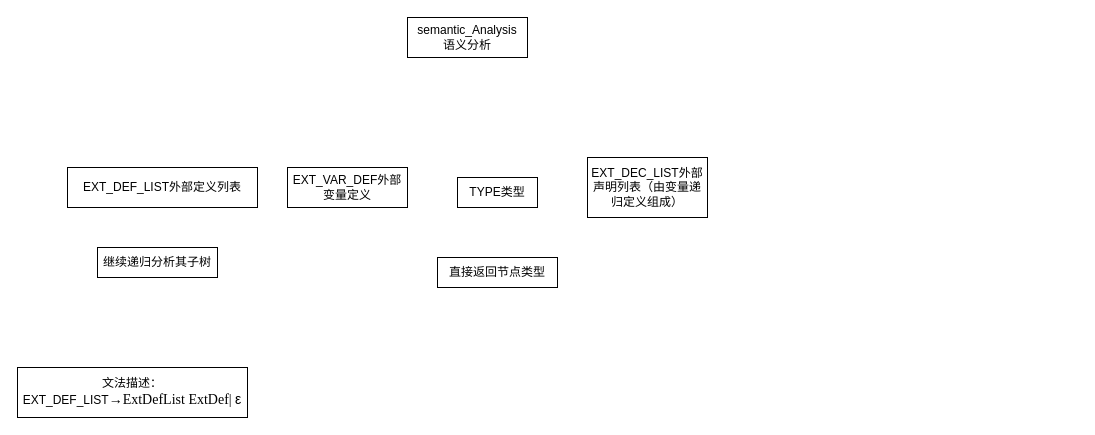
This is 编译原理/编译原理实验二 语义分析.drawio from AgentGuo/flow_chart, a draw.io file, before an edit. Source tidied: cells renumbered, new cells numbered last; positions are measured from the earlier drawing's top-left corner, leaving out a move shared by most shapes. Both pictures are drawn from the tidied source at 100%, with x=0, y=0 at pixel (17, 17).
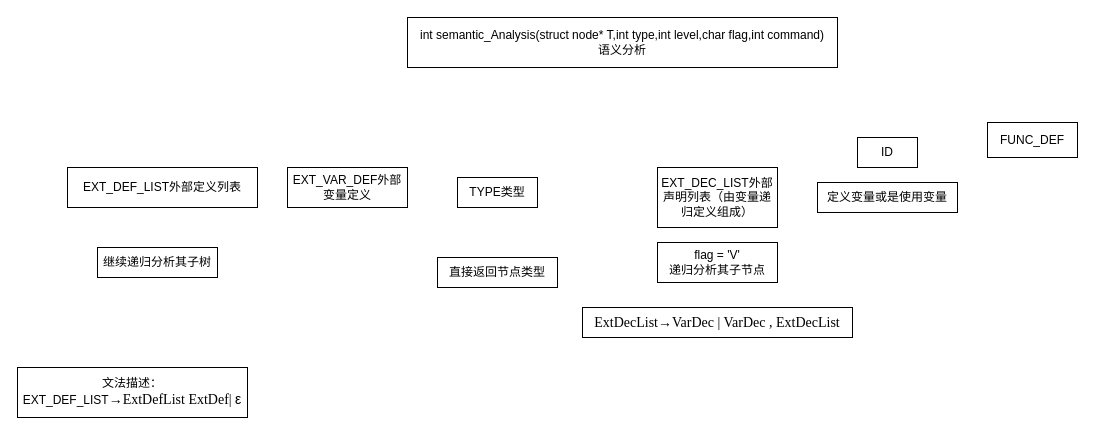
The same diagram, later.

Commit message (it also covers changes not shown here):
更新编译原理实验二 语义分析.drawio

What changed in the source:
```diff
@@
 <mxGraphModel>
   <root>
     <mxCell id="0" />
     <mxCell id="1" parent="0" />
-    <mxCell id="2" value="semantic_Analysis&lt;br&gt;语义分析" style="rounded=0;whiteSpace=wrap;html=1;" parent="1" vertex="1">
-      <mxGeometry x="390" width="120" height="40" as="geometry" />
+    <mxCell id="2" value="int semantic_Analysis(struct node* T,int type,int level,char flag,int command)&lt;br&gt;语义分析" style="rounded=0;whiteSpace=wrap;html=1;" parent="1" vertex="1">
+      <mxGeometry x="390" width="430" height="50" as="geometry" />
     </mxCell>
     <mxCell id="3" value="EXT_DEF_LIST外部定义列表" style="whiteSpace=wrap;html=1;" parent="1" vertex="1">
       <mxGeometry x="50" y="150" width="190" height="40" as="geometry" />
     </mxCell>
     <mxCell id="4" value="文法描述：&lt;br&gt;EXT_DEF_LIST&lt;span style=&quot;font-size: 10.5pt&quot;&gt;→&lt;/span&gt;&lt;span lang=&quot;EN-US&quot; style=&quot;font-size: 10.5pt ; font-family: &amp;#34;times new roman&amp;#34; , serif&quot;&gt;ExtDefList ExtDef|&amp;nbsp;&lt;/span&gt;&lt;span style=&quot;font-size: 10.5pt&quot;&gt;ε&lt;/span&gt;" style="whiteSpace=wrap;html=1;" parent="1" vertex="1">
       <mxGeometry y="350" width="230" height="50" as="geometry" />
     </mxCell>
     <mxCell id="5" value="EXT_VAR_DEF外部变量定义" style="whiteSpace=wrap;html=1;" parent="1" vertex="1">
       <mxGeometry x="270" y="150" width="120" height="40" as="geometry" />
     </mxCell>
     <mxCell id="6" value="继续递归分析其子树" style="whiteSpace=wrap;html=1;" parent="1" vertex="1">
       <mxGeometry x="80" y="230" width="120" height="30" as="geometry" />
     </mxCell>
     <mxCell id="7" value="TYPE类型" style="whiteSpace=wrap;html=1;" parent="1" vertex="1">
       <mxGeometry x="440" y="160" width="80" height="30" as="geometry" />
     </mxCell>
     <mxCell id="8" value="直接返回节点类型" style="whiteSpace=wrap;html=1;" parent="1" vertex="1">
       <mxGeometry x="420" y="240" width="120" height="30" as="geometry" />
     </mxCell>
     <mxCell id="9" value="EXT_DEC_LIST外部声明列表（由变量递归定义组成）" style="whiteSpace=wrap;html=1;" parent="1" vertex="1">
-      <mxGeometry x="570" y="140" width="120" height="60" as="geometry" />
+      <mxGeometry x="640" y="150" width="120" height="60" as="geometry" />
     </mxCell>
+    <mxCell id="10" value="&lt;span lang=&quot;EN-US&quot; style=&quot;font-size: 10.5pt ; font-family: &amp;#34;times new roman&amp;#34; , serif&quot;&gt;ExtDecList&lt;/span&gt;&lt;span style=&quot;font-size: 10.5pt&quot;&gt;→&lt;/span&gt;&lt;span lang=&quot;EN-US&quot; style=&quot;font-size: 10.5pt ; font-family: &amp;#34;times new roman&amp;#34; , serif&quot;&gt;VarDec | VarDec , ExtDecList&lt;/span&gt;" style="whiteSpace=wrap;html=1;" parent="1" vertex="1">
+      <mxGeometry x="565" y="290" width="270" height="30" as="geometry" />
+    </mxCell>
+    <mxCell id="11" value="flag = 'V'&lt;br&gt;递归分析其子节点" style="whiteSpace=wrap;html=1;" parent="1" vertex="1">
+      <mxGeometry x="640" y="225" width="120" height="40" as="geometry" />
+    </mxCell>
+    <mxCell id="12" value="ID" style="whiteSpace=wrap;html=1;" parent="1" vertex="1">
+      <mxGeometry x="840" y="120" width="60" height="30" as="geometry" />
+    </mxCell>
+    <mxCell id="13" value="定义变量或是使用变量" style="whiteSpace=wrap;html=1;" parent="1" vertex="1">
+      <mxGeometry x="800" y="165" width="140" height="30" as="geometry" />
+    </mxCell>
+    <mxCell id="14" value="FUNC_DEF" style="whiteSpace=wrap;html=1;" parent="1" vertex="1">
+      <mxGeometry x="970" y="105" width="90" height="35" as="geometry" />
+    </mxCell>
   </root>
 </mxGraphModel>
```
